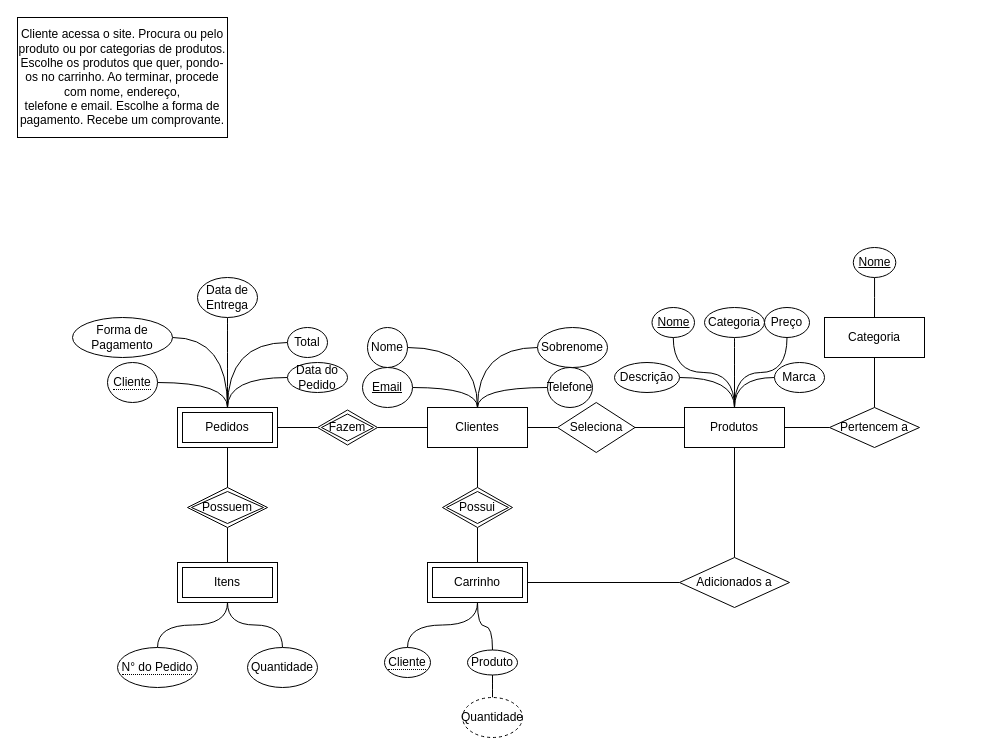
Earlier version of the draw.io diagram page "Conceitual" (1 of 2) of Dannyel/DanFonR.drawio (DanFonR/cco_database_iesb). Source tidied: cells renumbered, new cells numbered last; positions are measured from the earlier drawing's top-left corner, leaving out a move shared by most shapes. Both pictures are drawn from the tidied source at 100%, with x=0, y=0 at pixel (17, 17).
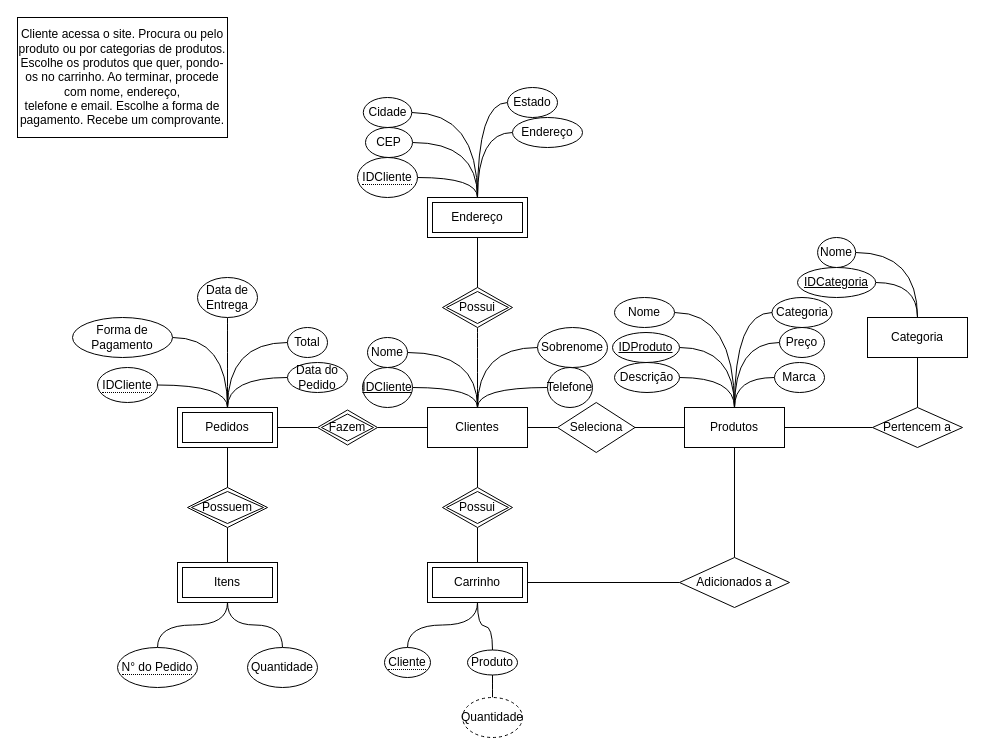
Above is the later version.

The change refers to these unchanged cells:
```xml
<mxCell id="6" value="Clientes" style="whiteSpace=wrap;html=1;align=center;" parent="1" vertex="1">
  <mxGeometry x="410" y="390" width="100" height="40" as="geometry" />
</mxCell>
<mxCell id="9" value="Produtos" style="whiteSpace=wrap;html=1;align=center;" parent="1" vertex="1">
  <mxGeometry x="667" y="390" width="100" height="40" as="geometry" />
</mxCell>
```

The edit, as a diff of the source:
```diff
@@
     <mxCell id="10" value="Nome" style="ellipse;whiteSpace=wrap;html=1;align=center;" parent="1" vertex="1">
-      <mxGeometry x="350" y="310" width="40" height="40" as="geometry" />
+      <mxGeometry x="350" y="320" width="40" height="30" as="geometry" />
     </mxCell>
@@
-    <mxCell id="24" value="Email" style="ellipse;whiteSpace=wrap;html=1;align=center;fontStyle=4;" parent="1" vertex="1">
+    <mxCell id="24" value="IDCliente" style="ellipse;whiteSpace=wrap;html=1;align=center;fontStyle=4;" parent="1" vertex="1">
       <mxGeometry x="345" y="350" width="50" height="40" as="geometry" />
     </mxCell>
@@
-    <mxCell id="30" value="Nome" style="ellipse;whiteSpace=wrap;html=1;align=center;fontStyle=4;" parent="1" vertex="1">
-      <mxGeometry x="634.5" y="290" width="42.5" height="30" as="geometry" />
+    <mxCell id="30" value="IDProduto" style="ellipse;whiteSpace=wrap;html=1;align=center;fontStyle=4;" parent="1" vertex="1">
+      <mxGeometry x="595" y="315" width="67" height="30" as="geometry" />
     </mxCell>
-    <mxCell id="31" style="edgeStyle=orthogonalEdgeStyle;rounded=0;jettySize=auto;html=1;curved=1;endArrow=none;endFill=0;" parent="1" edge="1" source="32" target="9">
+    <mxCell id="31" style="edgeStyle=orthogonalEdgeStyle;rounded=0;jettySize=auto;html=1;exitX=0;exitY=0.5;exitDx=0;exitDy=0;entryX=0.5;entryY=0;entryDx=0;entryDy=0;endArrow=none;endFill=0;curved=1;" parent="1" edge="1" source="32" target="9">
       <mxGeometry relative="1" as="geometry" />
     </mxCell>
     <mxCell id="32" value="Categoria" style="ellipse;whiteSpace=wrap;html=1;align=center;" parent="1" vertex="1">
-      <mxGeometry x="687" y="290" width="60" height="30" as="geometry" />
+      <mxGeometry x="754.5" y="280" width="60" height="30" as="geometry" />
     </mxCell>
-    <mxCell id="33" style="edgeStyle=orthogonalEdgeStyle;rounded=0;jettySize=auto;html=1;entryX=0.5;entryY=0;entryDx=0;entryDy=0;curved=1;endArrow=none;endFill=0;" parent="1" edge="1" source="34" target="9">
+    <mxCell id="33" style="edgeStyle=orthogonalEdgeStyle;rounded=0;jettySize=auto;html=1;entryX=0.5;entryY=0;entryDx=0;entryDy=0;curved=1;endArrow=none;endFill=0;exitX=0;exitY=0.5;exitDx=0;exitDy=0;" parent="1" edge="1" source="34" target="9">
       <mxGeometry relative="1" as="geometry" />
     </mxCell>
     <mxCell id="34" value="Preço" style="ellipse;whiteSpace=wrap;html=1;align=center;" parent="1" vertex="1">
-      <mxGeometry x="747" y="290" width="45" height="30" as="geometry" />
+      <mxGeometry x="762" y="310" width="45" height="30" as="geometry" />
     </mxCell>
@@
     <mxCell id="40" value="Categoria" style="whiteSpace=wrap;html=1;align=center;" parent="1" vertex="1">
-      <mxGeometry x="807" y="300" width="100" height="40" as="geometry" />
+      <mxGeometry x="850" y="300" width="100" height="40" as="geometry" />
     </mxCell>
     <mxCell id="41" value="Pertencem a" style="shape=rhombus;perimeter=rhombusPerimeter;whiteSpace=wrap;html=1;align=center;" parent="1" vertex="1">
-      <mxGeometry x="812" y="390" width="90" height="40" as="geometry" />
+      <mxGeometry x="855" y="390" width="90" height="40" as="geometry" />
     </mxCell>
-    <mxCell id="42" style="edgeStyle=orthogonalEdgeStyle;rounded=0;jettySize=auto;html=1;curved=1;endArrow=none;endFill=0;" parent="1" edge="1" source="43" target="40">
+    <mxCell id="42" style="edgeStyle=orthogonalEdgeStyle;rounded=0;jettySize=auto;html=1;curved=1;endArrow=none;endFill=0;exitX=1;exitY=0.5;exitDx=0;exitDy=0;" parent="1" edge="1" source="43" target="40">
       <mxGeometry relative="1" as="geometry" />
     </mxCell>
-    <mxCell id="43" value="Nome" style="ellipse;whiteSpace=wrap;html=1;align=center;fontStyle=4;" parent="1" vertex="1">
-      <mxGeometry x="835.8" y="230" width="42.5" height="30" as="geometry" />
+    <mxCell id="43" value="IDCategoria" style="ellipse;whiteSpace=wrap;html=1;align=center;fontStyle=4;" parent="1" vertex="1">
+      <mxGeometry x="780" y="250" width="78.2" height="30" as="geometry" />
     </mxCell>
@@
-    <mxCell id="51" value="&lt;span style=&quot;border-bottom: 1px dotted&quot;&gt;Cliente&lt;/span&gt;" style="ellipse;whiteSpace=wrap;html=1;align=center;" parent="1" vertex="1">
-      <mxGeometry x="90" y="345" width="50" height="40" as="geometry" />
+    <mxCell id="51" value="&lt;span style=&quot;border-bottom: 1px dotted&quot;&gt;IDCliente&lt;/span&gt;" style="ellipse;whiteSpace=wrap;html=1;align=center;" parent="1" vertex="1">
+      <mxGeometry x="80" y="350" width="60" height="35" as="geometry" />
     </mxCell>
@@
+    <mxCell id="68" style="edgeStyle=orthogonalEdgeStyle;rounded=0;jettySize=auto;html=1;exitX=1;exitY=0.5;exitDx=0;exitDy=0;entryX=0.5;entryY=0;entryDx=0;entryDy=0;curved=1;endArrow=none;endFill=0;" parent="1" edge="1" source="69" target="9">
+      <mxGeometry relative="1" as="geometry" />
+    </mxCell>
+    <mxCell id="69" value="Nome" style="ellipse;whiteSpace=wrap;html=1;align=center;" parent="1" vertex="1">
+      <mxGeometry x="597" y="280" width="60" height="30" as="geometry" />
+    </mxCell>
+    <mxCell id="70" style="edgeStyle=orthogonalEdgeStyle;rounded=0;jettySize=auto;html=1;endArrow=none;endFill=0;curved=1;" parent="1" edge="1" source="71" target="6">
+      <mxGeometry relative="1" as="geometry" />
+    </mxCell>
+    <mxCell id="71" value="Possui" style="shape=rhombus;double=1;perimeter=rhombusPerimeter;whiteSpace=wrap;html=1;align=center;" parent="1" vertex="1">
+      <mxGeometry x="425" y="270" width="70" height="40" as="geometry" />
+    </mxCell>
+    <mxCell id="72" style="edgeStyle=orthogonalEdgeStyle;rounded=0;jettySize=auto;html=1;endArrow=none;endFill=0;" parent="1" edge="1" source="73" target="71">
+      <mxGeometry relative="1" as="geometry" />
+    </mxCell>
+    <mxCell id="73" value="Endereço" style="shape=ext;margin=3;double=1;whiteSpace=wrap;html=1;align=center;" parent="1" vertex="1">
+      <mxGeometry x="410" y="180" width="100" height="40" as="geometry" />
+    </mxCell>
+    <mxCell id="74" style="edgeStyle=orthogonalEdgeStyle;rounded=0;jettySize=auto;html=1;entryX=0.5;entryY=0;entryDx=0;entryDy=0;curved=1;endArrow=none;endFill=0;" parent="1" edge="1" source="75" target="73">
+      <mxGeometry relative="1" as="geometry" />
+    </mxCell>
+    <mxCell id="75" value="&lt;span style=&quot;border-bottom: 1px dotted&quot;&gt;IDCliente&lt;/span&gt;" style="ellipse;whiteSpace=wrap;html=1;align=center;" parent="1" vertex="1">
+      <mxGeometry x="340" y="140" width="60" height="40" as="geometry" />
+    </mxCell>
+    <mxCell id="76" style="edgeStyle=orthogonalEdgeStyle;rounded=0;jettySize=auto;html=1;entryX=0.5;entryY=0;entryDx=0;entryDy=0;curved=1;endArrow=none;endFill=0;" parent="1" edge="1" source="77" target="40">
+      <mxGeometry relative="1" as="geometry" />
+    </mxCell>
+    <mxCell id="77" value="Nome" style="ellipse;whiteSpace=wrap;html=1;align=center;" parent="1" vertex="1">
+      <mxGeometry x="800.1" y="220" width="38" height="30" as="geometry" />
+    </mxCell>
+    <mxCell id="78" style="edgeStyle=orthogonalEdgeStyle;rounded=0;jettySize=auto;html=1;entryX=0.5;entryY=0;entryDx=0;entryDy=0;exitX=0;exitY=0.5;exitDx=0;exitDy=0;curved=1;endArrow=none;endFill=0;" parent="1" edge="1" source="79" target="73">
+      <mxGeometry relative="1" as="geometry" />
+    </mxCell>
+    <mxCell id="79" value="Endereço" style="ellipse;whiteSpace=wrap;html=1;align=center;" parent="1" vertex="1">
+      <mxGeometry x="495" y="100" width="70" height="30" as="geometry" />
+    </mxCell>
+    <mxCell id="80" style="edgeStyle=orthogonalEdgeStyle;rounded=0;jettySize=auto;html=1;entryX=0.5;entryY=0;entryDx=0;entryDy=0;exitX=0;exitY=0.5;exitDx=0;exitDy=0;curved=1;endArrow=none;endFill=0;" parent="1" edge="1" source="81" target="73">
+      <mxGeometry relative="1" as="geometry" />
+    </mxCell>
+    <mxCell id="81" value="Estado" style="ellipse;whiteSpace=wrap;html=1;align=center;" parent="1" vertex="1">
+      <mxGeometry x="490" y="70" width="50" height="30" as="geometry" />
+    </mxCell>
+    <mxCell id="82" style="edgeStyle=orthogonalEdgeStyle;rounded=0;jettySize=auto;html=1;curved=1;endArrow=none;endFill=0;" parent="1" edge="1" source="83">
+      <mxGeometry relative="1" as="geometry">
+        <mxPoint x="460" y="180" as="targetPoint" />
+      </mxGeometry>
+    </mxCell>
+    <mxCell id="83" value="Cidade" style="ellipse;whiteSpace=wrap;html=1;align=center;" parent="1" vertex="1">
+      <mxGeometry x="345.8" y="80" width="48.5" height="30" as="geometry" />
+    </mxCell>
+    <mxCell id="84" style="edgeStyle=orthogonalEdgeStyle;rounded=0;jettySize=auto;html=1;exitX=1;exitY=0.5;exitDx=0;exitDy=0;entryX=0.5;entryY=0;entryDx=0;entryDy=0;curved=1;endArrow=none;endFill=0;" parent="1" edge="1" source="85" target="73">
+      <mxGeometry relative="1" as="geometry" />
+    </mxCell>
+    <mxCell id="85" value="CEP" style="ellipse;whiteSpace=wrap;html=1;align=center;" parent="1" vertex="1">
+      <mxGeometry x="348" y="110" width="47" height="30" as="geometry" />
+    </mxCell>
```
